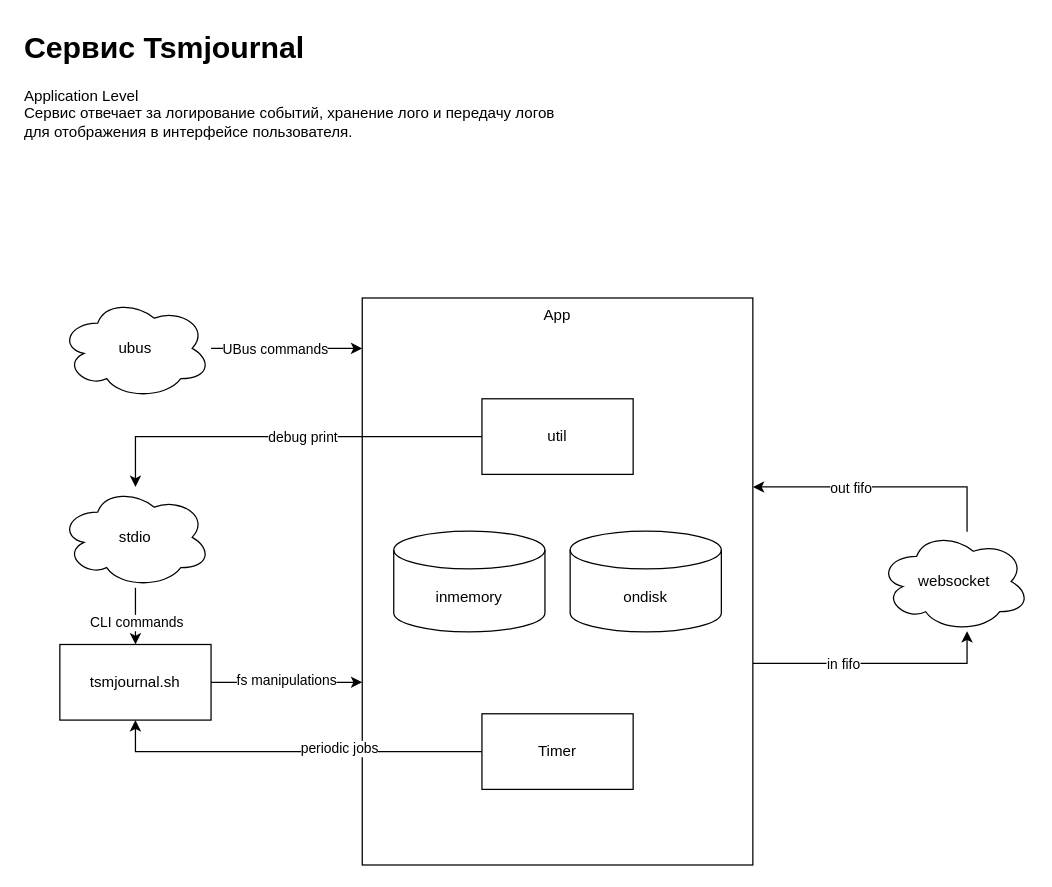
Above: page "Tsmjournal" (3 of 3) of Диаграмма без названия.drawio in antoncom/tsmodem (draw.io), before the change. Source tidied: cells renumbered, new cells numbered last; positions are measured from the earlier drawing's top-left corner, leaving out a move shared by most shapes. Both pictures are drawn from the tidied source at 126%, with x=0, y=0 at pixel (21, 21).
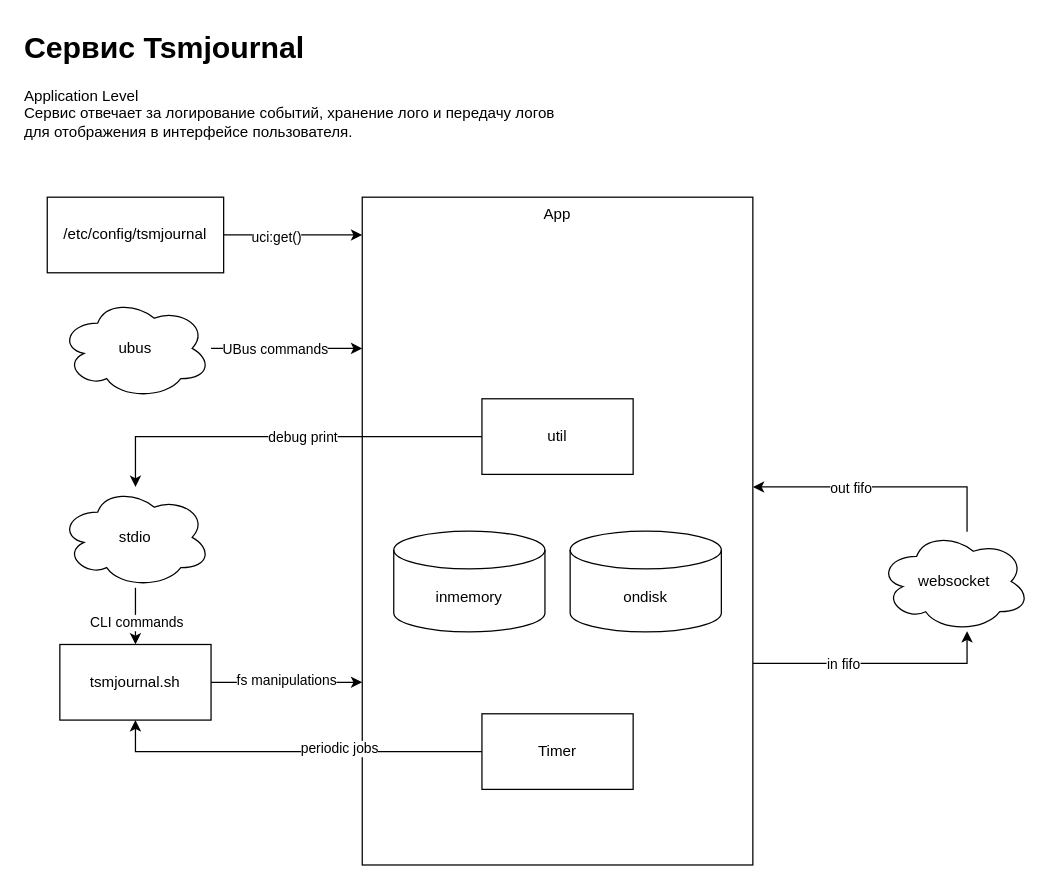
Above is the later version.

What changed in the source:
```diff
@@
     <mxCell id="5" value="App" style="rounded=0;whiteSpace=wrap;html=1;verticalAlign=top;" parent="1" vertex="1">
-      <mxGeometry x="270" y="219" width="310" height="450" as="geometry" />
+      <mxGeometry x="270" y="139" width="310" height="530" as="geometry" />
     </mxCell>
@@
+    <mxCell id="26" style="edgeStyle=orthogonalEdgeStyle;rounded=0;jettySize=auto;html=1;" parent="1" edge="1" source="28" target="5">
+      <mxGeometry relative="1" as="geometry">
+        <Array as="points">
+          <mxPoint x="230" y="169" />
+          <mxPoint x="230" y="169" />
+        </Array>
+      </mxGeometry>
+    </mxCell>
+    <mxCell id="27" value="uci:get()" style="edgeLabel;html=1;align=center;verticalAlign=middle;" parent="26" vertex="1">
+      <mxGeometry x="-0.25" y="-1" relative="1" as="geometry" />
+    </mxCell>
+    <mxCell id="28" value="/etc/config/tsmjournal" style="rounded=0;whiteSpace=wrap;html=1;" parent="1" vertex="1">
+      <mxGeometry x="20" y="139" width="140" height="60" as="geometry" />
+    </mxCell>
```
